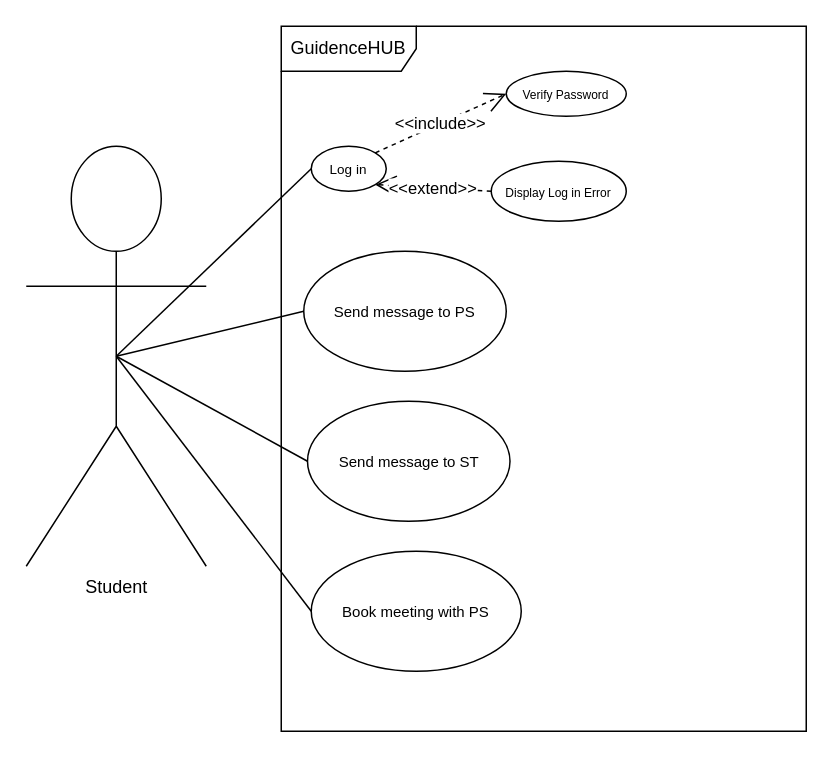
This is DIAGRAMS/Student.drawio from 551462-Design-Develop-Deploy-24-25/001-port-individual-software-project-portfolio-MMukhtar1885, a draw.io file, before an edit. Source tidied: cells renumbered, new cells numbered last; positions are measured from the earlier drawing's top-left corner, leaving out a move shared by most shapes. Both pictures are drawn from the tidied source at 150%, with x=0, y=0 at pixel (26, 26).
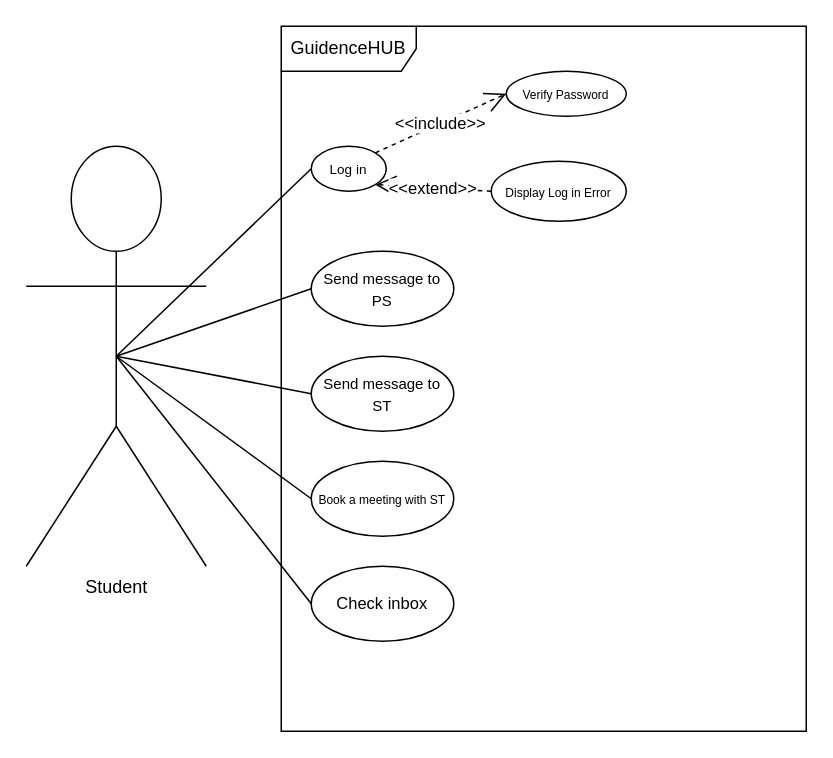
Above is the later version.

Change to the diagram source:
```diff
@@
 <mxGraphModel>
   <root>
     <mxCell id="0" />
     <mxCell id="1" parent="0" />
     <mxCell id="2" value="GuidenceHUB" style="shape=umlFrame;whiteSpace=wrap;html=1;width=90;height=30;" parent="1" vertex="1">
       <mxGeometry x="170" width="350" height="470" as="geometry" />
     </mxCell>
     <mxCell id="3" value="Student" style="shape=umlActor;verticalLabelPosition=bottom;verticalAlign=top;html=1;" parent="1" vertex="1">
       <mxGeometry y="80" width="120" height="280" as="geometry" />
     </mxCell>
     <mxCell id="4" value="&lt;font style=&quot;font-size: 9px;&quot;&gt;Log in&lt;/font&gt;" style="ellipse;whiteSpace=wrap;html=1;" parent="1" vertex="1">
       <mxGeometry x="190" y="80" width="50" height="30" as="geometry" />
     </mxCell>
     <mxCell id="5" value="&lt;font style=&quot;font-size: 8px;&quot;&gt;Verify Password&lt;/font&gt;" style="ellipse;whiteSpace=wrap;html=1;" parent="1" vertex="1">
       <mxGeometry x="320" y="30" width="80" height="30" as="geometry" />
     </mxCell>
     <mxCell id="6" value="&lt;font style=&quot;font-size: 8px;&quot;&gt;Display Log in Error&lt;/font&gt;" style="ellipse;whiteSpace=wrap;html=1;" parent="1" vertex="1">
       <mxGeometry x="310" y="90" width="90" height="40" as="geometry" />
     </mxCell>
     <mxCell id="7" value="&amp;lt;&amp;lt;include&amp;gt;&amp;gt;" style="endArrow=open;endSize=12;dashed=1;html=1;rounded=0;exitX=1;exitY=0;exitDx=0;exitDy=0;entryX=0;entryY=0.5;entryDx=0;entryDy=0;" parent="1" edge="1" source="4" target="5">
       <mxGeometry relative="1" as="geometry" />
     </mxCell>
     <mxCell id="8" value="&amp;lt;&amp;lt;extend&amp;gt;&amp;gt;" style="endArrow=open;endSize=12;dashed=1;html=1;rounded=0;exitX=0;exitY=0.5;exitDx=0;exitDy=0;entryX=1;entryY=1;entryDx=0;entryDy=0;" parent="1" edge="1" source="6" target="4">
       <mxGeometry relative="1" as="geometry" />
     </mxCell>
     <mxCell id="9" style="endArrow=none;html=1;rounded=0;exitX=0.5;exitY=0.5;exitDx=0;exitDy=0;exitPerimeter=0;entryX=0;entryY=0.5;entryDx=0;entryDy=0;" parent="1" edge="1" source="3" target="4">
       <mxGeometry relative="1" as="geometry" />
     </mxCell>
-    <mxCell id="10" value="&lt;font style=&quot;font-size: 10px;&quot;&gt;Send message to PS&lt;/font&gt;" style="ellipse;whiteSpace=wrap;html=1;" parent="1" vertex="1">
-      <mxGeometry x="185" y="150" width="135" height="80" as="geometry" />
-    </mxCell>
-    <mxCell id="11" value="&lt;font style=&quot;font-size: 10px;&quot;&gt;Book meeting with PS&lt;/font&gt;" style="ellipse;whiteSpace=wrap;html=1;" parent="1" vertex="1">
-      <mxGeometry x="190" y="350" width="140" height="80" as="geometry" />
-    </mxCell>
     <mxCell id="12" style="endArrow=none;html=1;rounded=0;exitX=0.5;exitY=0.5;exitDx=0;exitDy=0;exitPerimeter=0;entryX=0;entryY=0.5;entryDx=0;entryDy=0;" parent="1" edge="1" source="3" target="10">
       <mxGeometry relative="1" as="geometry" />
     </mxCell>
     <mxCell id="13" style="endArrow=none;html=1;rounded=0;exitX=0.5;exitY=0.5;exitDx=0;exitDy=0;exitPerimeter=0;entryX=0;entryY=0.5;entryDx=0;entryDy=0;" parent="1" edge="1" source="3" target="15">
       <mxGeometry relative="1" as="geometry" />
     </mxCell>
-    <mxCell id="14" style="endArrow=none;html=1;rounded=0;exitX=0.5;exitY=0.5;exitDx=0;exitDy=0;exitPerimeter=0;entryX=0;entryY=0.5;entryDx=0;entryDy=0;" parent="1" edge="1" source="3" target="11">
+    <mxCell id="14" style="endArrow=none;html=1;rounded=0;exitX=0.5;exitY=0.5;exitDx=0;exitDy=0;exitPerimeter=0;entryX=0;entryY=0.5;entryDx=0;entryDy=0;" parent="1" edge="1" source="3" target="16">
       <mxGeometry relative="1" as="geometry" />
     </mxCell>
+    <mxCell id="10" value="&lt;font style=&quot;font-size: 10px;&quot;&gt;Send message to PS&lt;/font&gt;" style="ellipse;whiteSpace=wrap;html=1;" parent="1" vertex="1">
+      <mxGeometry x="190" y="150" width="95" height="50" as="geometry" />
+    </mxCell>
     <mxCell id="15" value="&lt;font style=&quot;font-size: 10px;&quot;&gt;Send message to ST&lt;/font&gt;" style="ellipse;whiteSpace=wrap;html=1;" parent="1" vertex="1">
-      <mxGeometry x="187.5" y="250" width="135" height="80" as="geometry" />
+      <mxGeometry x="190" y="220" width="95" height="50" as="geometry" />
     </mxCell>
+    <mxCell id="16" value="&lt;font style=&quot;font-size: 8px;&quot;&gt;Book a meeting with ST&lt;/font&gt;" style="ellipse;whiteSpace=wrap;html=1;" parent="1" vertex="1">
+      <mxGeometry x="190" y="290" width="95" height="50" as="geometry" />
+    </mxCell>
+    <mxCell id="17" style="endArrow=none;html=1;rounded=0;entryX=0;entryY=0.5;entryDx=0;entryDy=0;exitX=0.5;exitY=0.5;exitDx=0;exitDy=0;exitPerimeter=0;" parent="1" edge="1" source="3" target="18">
+      <mxGeometry relative="1" as="geometry" />
+    </mxCell>
+    <mxCell id="18" value="&lt;font style=&quot;font-size: 11px;&quot;&gt;Check inbox&lt;/font&gt;" style="ellipse;whiteSpace=wrap;html=1;" parent="1" vertex="1">
+      <mxGeometry x="190" y="360" width="95" height="50" as="geometry" />
+    </mxCell>
   </root>
 </mxGraphModel>
```
